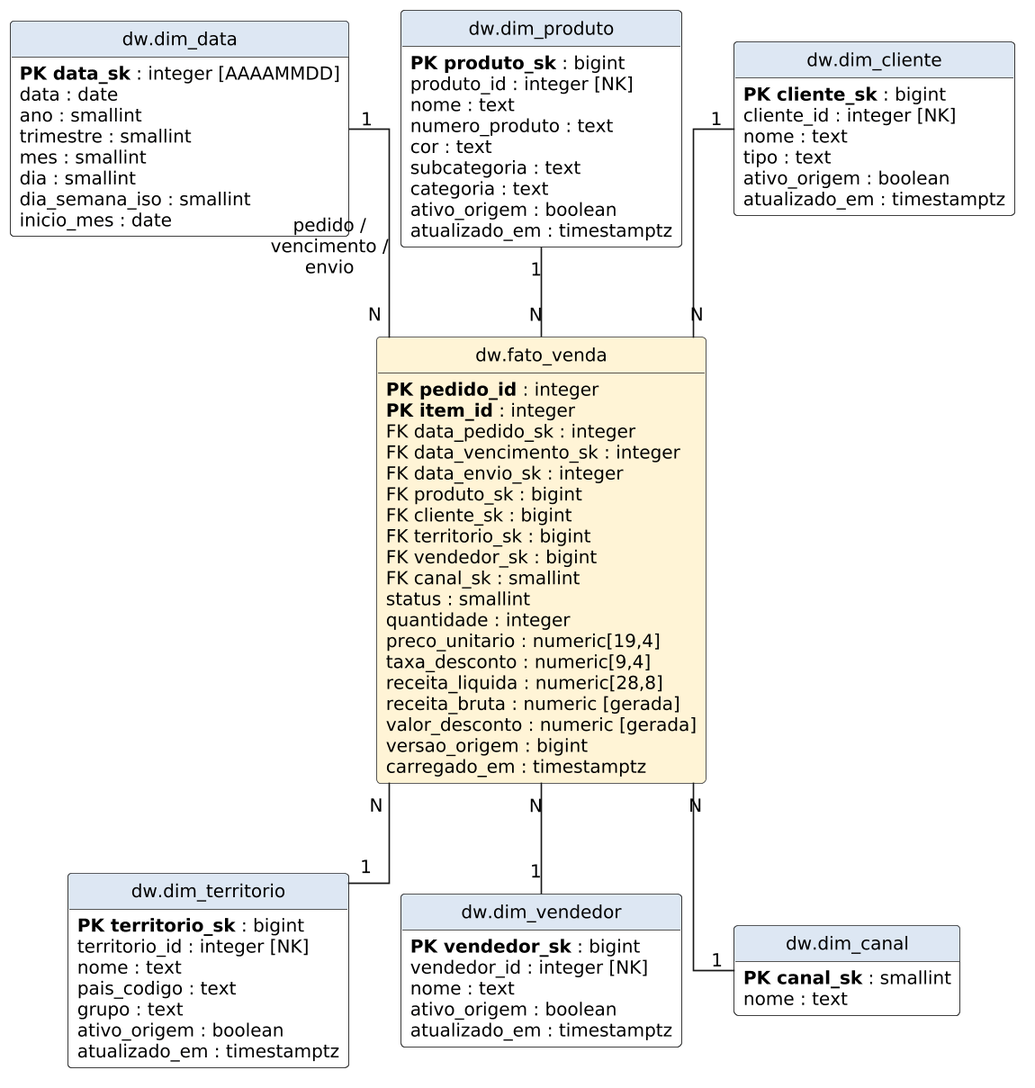
Earlier version of the PlantUML export docs/img/modelo_estrela.png (lucaslnasc/adventureworks-dw). The source it was exported from:
```plantuml
@startuml modelo_estrela
skinparam linetype ortho
skinparam shadowing false
skinparam dpi 160
skinparam defaultFontName Arial
skinparam defaultFontSize 12
skinparam class {
  BackgroundColor #FFFFFF
  BorderColor #333333
  HeaderBackgroundColor #DDE7F3
}
hide circle
hide methods

class "dw.fato_venda" as fato #FFF4D6 {
  <b>PK pedido_id</b> : integer
  <b>PK item_id</b> : integer
  FK data_pedido_sk : integer
  FK data_vencimento_sk : integer
  FK data_envio_sk : integer
  FK produto_sk : bigint
  FK cliente_sk : bigint
  FK territorio_sk : bigint
  FK vendedor_sk : bigint
  FK canal_sk : smallint
  status : smallint
  quantidade : integer
  preco_unitario : numeric[19,4]
  taxa_desconto : numeric[9,4]
  receita_liquida : numeric[28,8]
  receita_bruta : numeric [gerada]
  valor_desconto : numeric [gerada]
  versao_origem : bigint
  carregado_em : timestamptz
}

class "dw.dim_data" as data {
  <b>PK data_sk</b> : integer [AAAAMMDD]
  data : date
  ano : smallint
  trimestre : smallint
  mes : smallint
  dia : smallint
  dia_semana_iso : smallint
  inicio_mes : date
}

class "dw.dim_produto" as produto {
  <b>PK produto_sk</b> : bigint
  produto_id : integer [NK]
  nome : text
  numero_produto : text
  cor : text
  subcategoria : text
  categoria : text
  ativo_origem : boolean
  atualizado_em : timestamptz
}

class "dw.dim_cliente" as cliente {
  <b>PK cliente_sk</b> : bigint
  cliente_id : integer [NK]
  nome : text
  tipo : text
  ativo_origem : boolean
  atualizado_em : timestamptz
}

class "dw.dim_territorio" as territorio {
  <b>PK territorio_sk</b> : bigint
  territorio_id : integer [NK]
  nome : text
  pais_codigo : text
  grupo : text
  ativo_origem : boolean
  atualizado_em : timestamptz
}

class "dw.dim_vendedor" as vendedor {
  <b>PK vendedor_sk</b> : bigint
  vendedor_id : integer [NK]
  nome : text
  ativo_origem : boolean
  atualizado_em : timestamptz
}

class "dw.dim_canal" as canal {
  <b>PK canal_sk</b> : smallint
  nome : text
}

data "1" -- "N" fato : pedido /\nvencimento /\nenvio
produto "1" -- "N" fato
cliente "1" -- "N" fato
fato "N" -- "1" territorio
fato "N" -- "1" vendedor
fato "N" -- "1" canal
@enduml
```
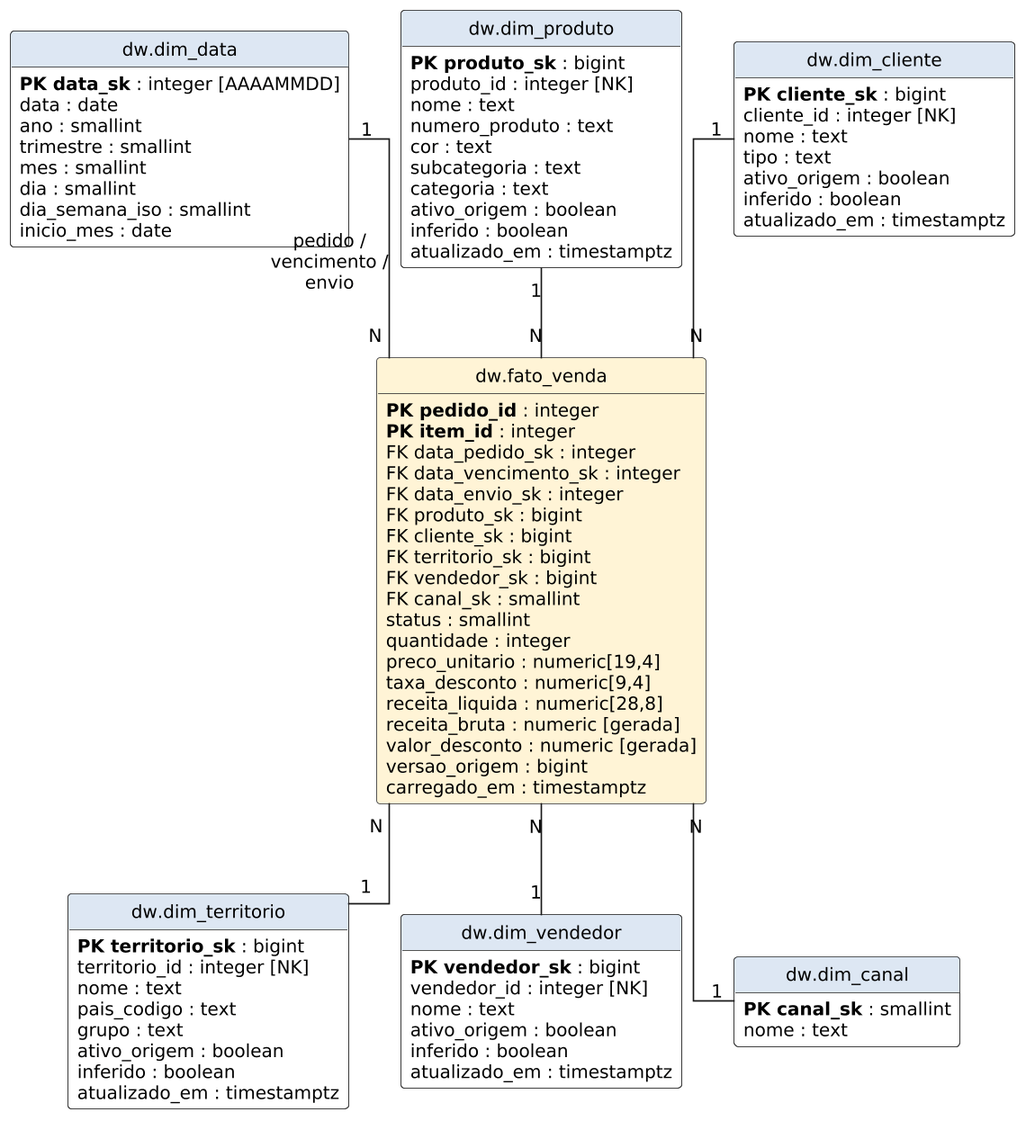
Above is the later version.

The edit, as a diff of the source:
```diff
@@ -54,6 +54,7 @@
   subcategoria : text
   categoria : text
   ativo_origem : boolean
+  inferido : boolean
   atualizado_em : timestamptz
 }
 
@@ -63,6 +64,7 @@
   nome : text
   tipo : text
   ativo_origem : boolean
+  inferido : boolean
   atualizado_em : timestamptz
 }
 
@@ -73,6 +75,7 @@
   pais_codigo : text
   grupo : text
   ativo_origem : boolean
+  inferido : boolean
   atualizado_em : timestamptz
 }
 
@@ -81,6 +84,7 @@
   vendedor_id : integer [NK]
   nome : text
   ativo_origem : boolean
+  inferido : boolean
   atualizado_em : timestamptz
 }
 
```
